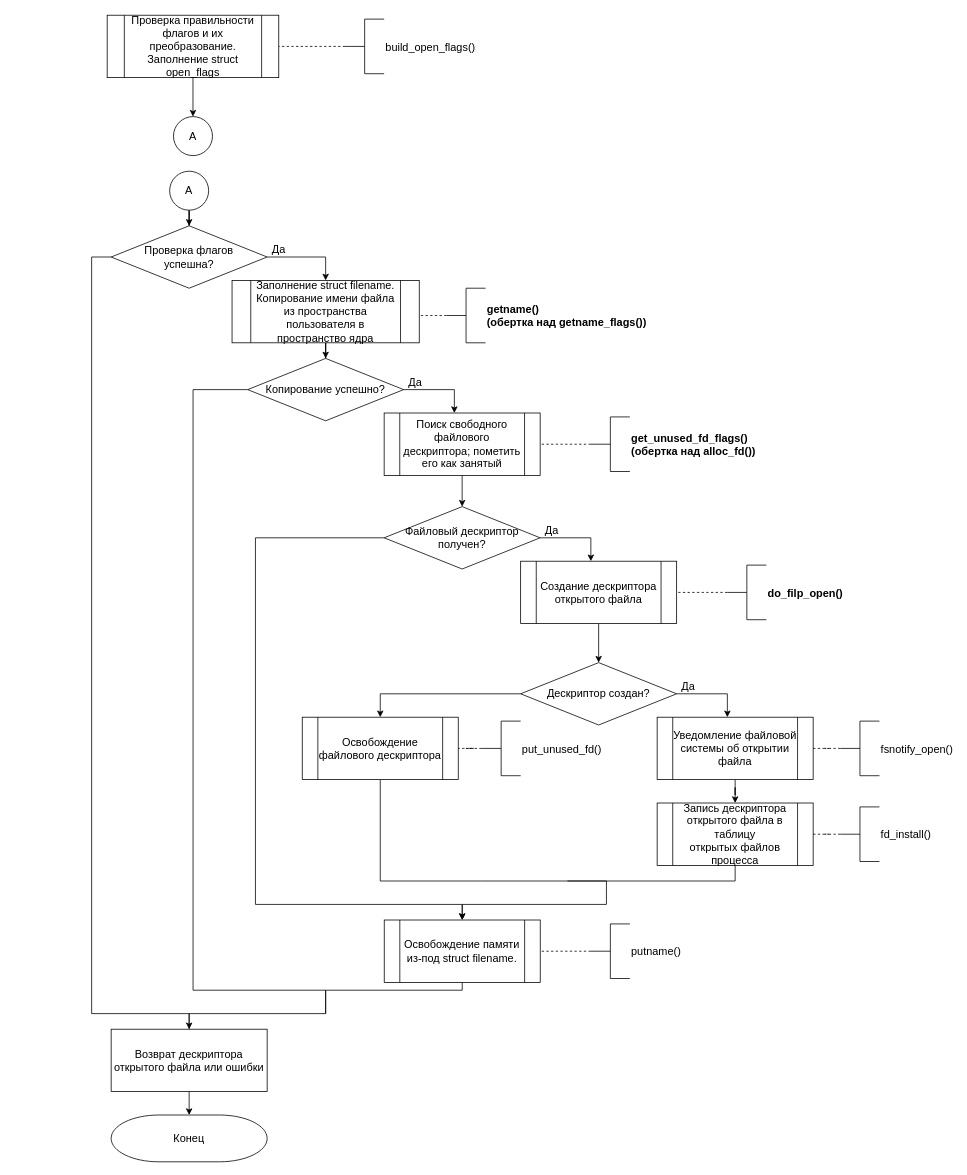
Before: page "open2" (3 of 9) of lab_06/tex/img/clean.drawio in alena-zayts/BMSTU_6sem_operating_systems, a draw.io diagram. Source tidied: cells renumbered, new cells numbered last; positions are measured from the earlier drawing's top-left corner, leaving out a move shared by most shapes. Both pictures are drawn from the tidied source at 78%, with x=0, y=0 at pixel (91, 15).
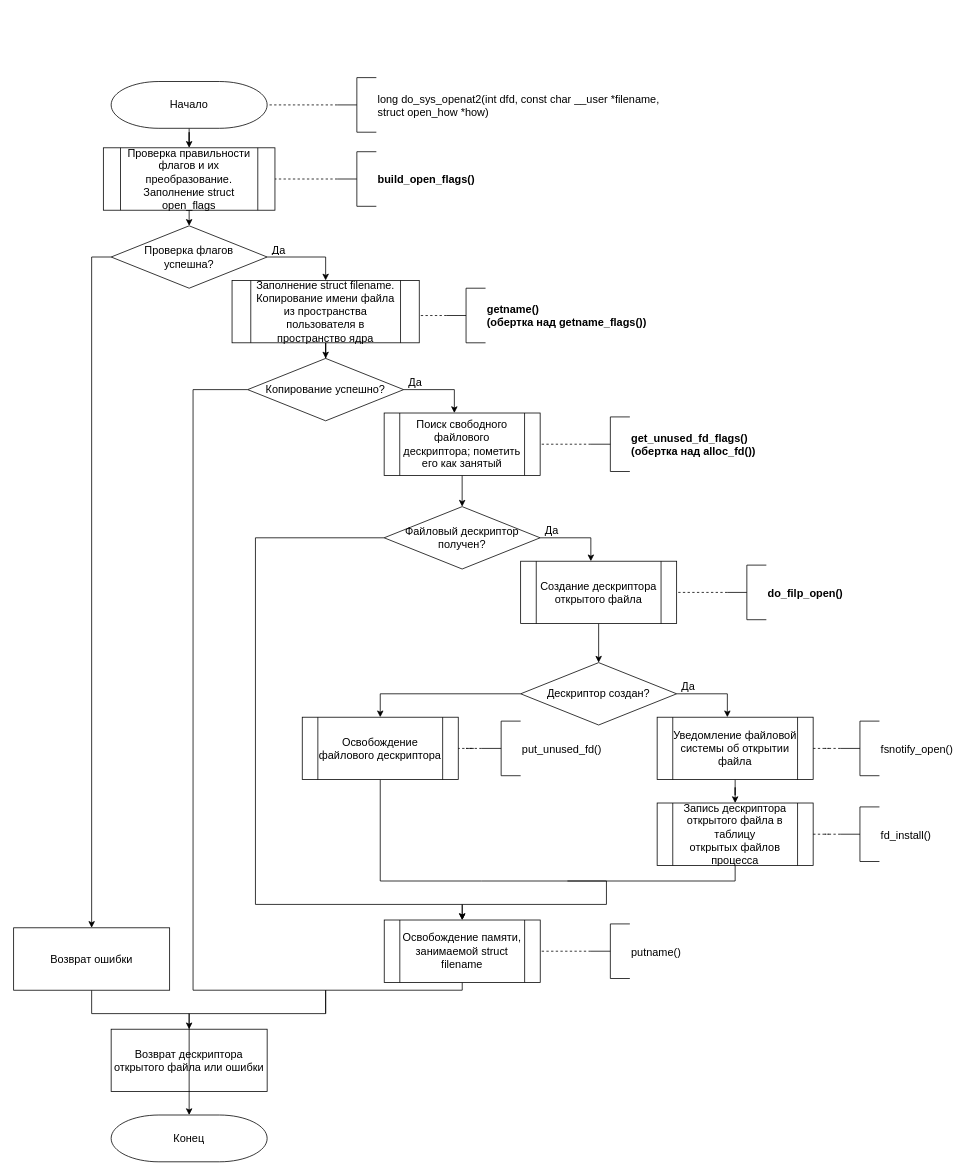
After the change.

The change refers to these unchanged cells:
```xml
<mxCell id="4" value="Проверка флагов &#10;успешна?" style="rhombus;whiteSpace=wrap;strokeWidth=1;fontFamily=Helvetica;fontSize=14;fontStyle=0;" parent="1" vertex="1">
  <mxGeometry x="25" y="270" width="200" height="80" as="geometry" />
</mxCell>
<mxCell id="48" value="Конец" style="strokeWidth=1;shape=mxgraph.flowchart.terminator;whiteSpace=wrap;fontFamily=Helvetica;fontSize=14;fontStyle=0;" parent="1" vertex="1">
  <mxGeometry x="25" y="1410" width="200" height="60" as="geometry" />
</mxCell>
```

Diff of the diagram source:
```diff
@@
-    <mxCell id="3" style="edgeStyle=orthogonalEdgeStyle;rounded=0;jettySize=auto;exitX=0;exitY=0.5;exitDx=0;exitDy=0;fontFamily=Helvetica;fontSize=14;fontStyle=0;entryX=0.5;entryY=0;entryDx=0;entryDy=0;entryPerimeter=0;" parent="1" edge="1" source="4" target="48">
+    <mxCell id="3" style="edgeStyle=orthogonalEdgeStyle;rounded=0;jettySize=auto;exitX=0;exitY=0.5;exitDx=0;exitDy=0;fontFamily=Helvetica;fontSize=14;fontStyle=0;entryX=0.5;entryY=0;entryDx=0;entryDy=0;" parent="1" edge="1" source="4" target="61">
       <mxGeometry relative="1" as="geometry">
         <Array as="points">
           <mxPoint y="310" />
-          <mxPoint y="1280" />
-          <mxPoint x="125" y="1280" />
         </Array>
       </mxGeometry>
     </mxCell>
@@
-    <mxCell id="10" style="edgeStyle=orthogonalEdgeStyle;rounded=0;jettySize=auto;fontFamily=Helvetica;fontSize=14;fontColor=#000000;fontStyle=0;" parent="1" edge="1" source="11" target="4">
-      <mxGeometry relative="1" as="geometry" />
-    </mxCell>
-    <mxCell id="11" value="A" style="strokeWidth=1;shape=mxgraph.flowchart.start_2;whiteSpace=wrap;fontFamily=Helvetica;fontSize=14;fontStyle=0;" parent="1" vertex="1">
-      <mxGeometry x="100" y="200" width="50" height="50" as="geometry" />
-    </mxCell>
@@
-    <mxCell id="45" value="Освобождение памяти из-под struct filename." style="shape=process;whiteSpace=wrap;backgroundOutline=1;fontFamily=Helvetica;fontSize=14;fontStyle=0;" parent="1" vertex="1">
+    <mxCell id="45" value="Освобождение памяти, занимаемой struct filename" style="shape=process;whiteSpace=wrap;backgroundOutline=1;fontFamily=Helvetica;fontSize=14;fontStyle=0;" parent="1" vertex="1">
       <mxGeometry x="375.1" y="1160" width="200" height="80" as="geometry" />
     </mxCell>
@@
-    <mxCell id="51" style="edgeStyle=orthogonalEdgeStyle;rounded=0;jettySize=auto;exitX=0.5;exitY=1;exitDx=0;exitDy=0;fontFamily=Helvetica;fontSize=14;fontStyle=0;" parent="1" edge="1" source="52" target="55">
+    <mxCell id="51" style="edgeStyle=orthogonalEdgeStyle;rounded=0;jettySize=auto;exitX=0.5;exitY=1;exitDx=0;exitDy=0;fontFamily=Helvetica;fontSize=14;fontStyle=0;entryX=0.5;entryY=0;entryDx=0;entryDy=0;" parent="1" edge="1" source="52" target="4">
       <mxGeometry relative="1" as="geometry" />
     </mxCell>
     <mxCell id="52" value="Проверка правильности флагов и их преобразование. Заполнение struct open_flags" style="shape=process;whiteSpace=wrap;backgroundOutline=1;fontFamily=Helvetica;fontSize=14;fontStyle=0;" parent="1" vertex="1">
-      <mxGeometry x="19.9" width="220" height="80" as="geometry" />
+      <mxGeometry x="15" y="170" width="220" height="80" as="geometry" />
     </mxCell>
@@
-    <mxCell id="54" value="build_open_flags()" style="strokeWidth=1;shape=mxgraph.flowchart.annotation_2;align=left;labelPosition=right;fontFamily=Helvetica;fontSize=14;fontStyle=0;" parent="1" vertex="1">
-      <mxGeometry x="325" y="5" width="50" height="70" as="geometry" />
+    <mxCell id="54" value="build_open_flags()" style="strokeWidth=1;shape=mxgraph.flowchart.annotation_2;align=left;labelPosition=right;fontFamily=Helvetica;fontSize=14;fontStyle=1;" parent="1" vertex="1">
+      <mxGeometry x="315" y="175" width="50" height="70" as="geometry" />
     </mxCell>
-    <mxCell id="55" value="A" style="strokeWidth=1;shape=mxgraph.flowchart.start_2;whiteSpace=wrap;fontFamily=Helvetica;fontSize=14;fontStyle=0;" parent="1" vertex="1">
-      <mxGeometry x="104.9" y="130" width="50" height="50" as="geometry" />
-    </mxCell>
+    <mxCell id="56" style="edgeStyle=orthogonalEdgeStyle;rounded=0;jettySize=auto;html=1;" parent="1" edge="1" source="57" target="52">
+      <mxGeometry relative="1" as="geometry" />
+    </mxCell>
+    <mxCell id="57" value="Начало" style="strokeWidth=1;shape=mxgraph.flowchart.terminator;whiteSpace=wrap;fontFamily=Helvetica;fontSize=14;fontStyle=0;" parent="1" vertex="1">
+      <mxGeometry x="25" y="85" width="200" height="60" as="geometry" />
+    </mxCell>
+    <mxCell id="58" style="edgeStyle=orthogonalEdgeStyle;rounded=0;jettySize=auto;exitX=0;exitY=0.5;exitDx=0;exitDy=0;exitPerimeter=0;endArrow=none;endFill=0;dashed=1;fontFamily=Helvetica;fontSize=14;fontStyle=0;" parent="1" edge="1" source="59" target="57">
+      <mxGeometry relative="1" as="geometry">
+        <Array as="points">
+          <mxPoint x="259.9" y="115" />
+          <mxPoint x="259.9" y="115" />
+        </Array>
+      </mxGeometry>
+    </mxCell>
+    <mxCell id="59" value="long do_sys_openat2(int dfd, const char __user *filename,&#10;struct open_how *how)" style="strokeWidth=1;shape=mxgraph.flowchart.annotation_2;align=left;labelPosition=right;fontFamily=Helvetica;fontSize=14;fontStyle=0;" parent="1" vertex="1">
+      <mxGeometry x="315" y="80" width="50" height="70" as="geometry" />
+    </mxCell>
+    <mxCell id="60" style="edgeStyle=orthogonalEdgeStyle;rounded=0;jettySize=auto;html=1;exitX=0.5;exitY=1;exitDx=0;exitDy=0;entryX=0.5;entryY=0;entryDx=0;entryDy=0;entryPerimeter=0;" parent="1" edge="1" source="61" target="48">
+      <mxGeometry relative="1" as="geometry">
+        <Array as="points">
+          <mxPoint y="1280" />
+          <mxPoint x="125" y="1280" />
+        </Array>
+      </mxGeometry>
+    </mxCell>
+    <mxCell id="61" value="Возврат ошибки" style="rounded=0;whiteSpace=wrap;strokeWidth=1;fontFamily=Helvetica;fontSize=14;fontStyle=0;" parent="1" vertex="1">
+      <mxGeometry x="-100" y="1170" width="200" height="80" as="geometry" />
+    </mxCell>
```
